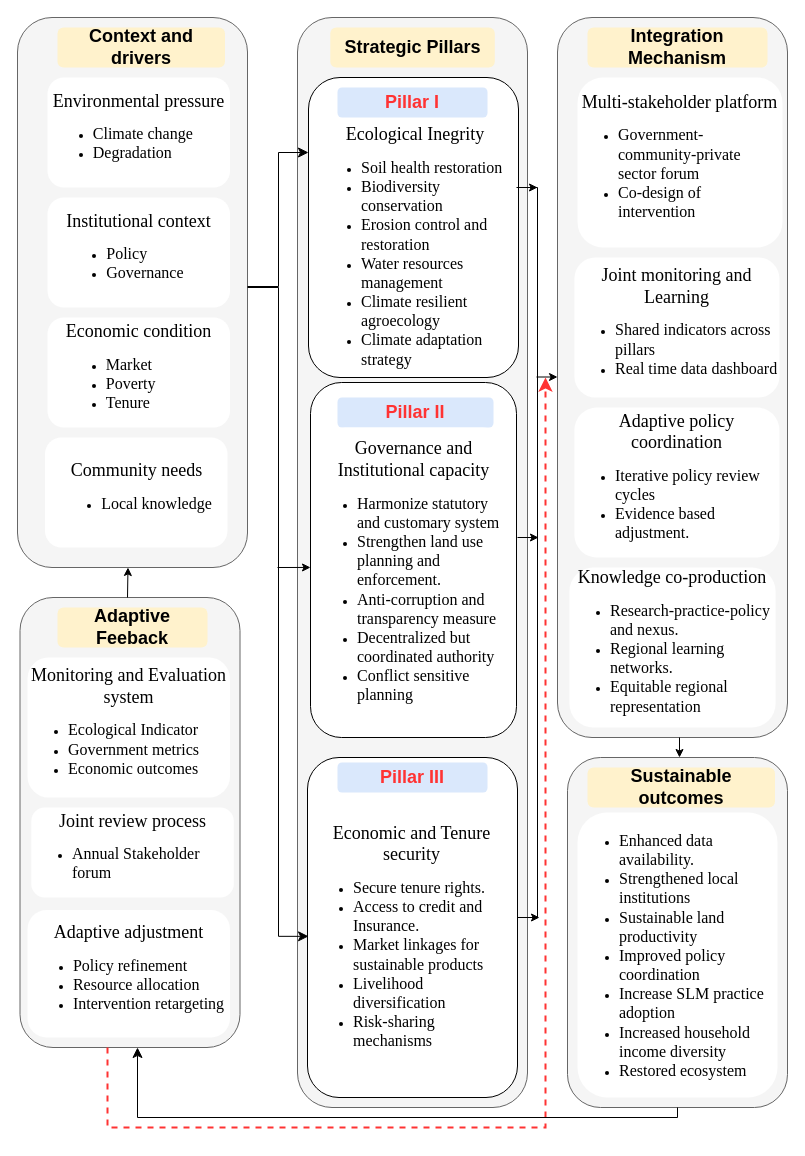
Above: comprehensiveflow.drawio in yemioke/PRISMA2020 (draw.io), before the change. Source tidied: cells renumbered, new cells numbered last; positions are measured from the earlier drawing's top-left corner, leaving out a move shared by most shapes. Both pictures are drawn from the tidied source at 100%, with x=0, y=0 at pixel (17, 17).
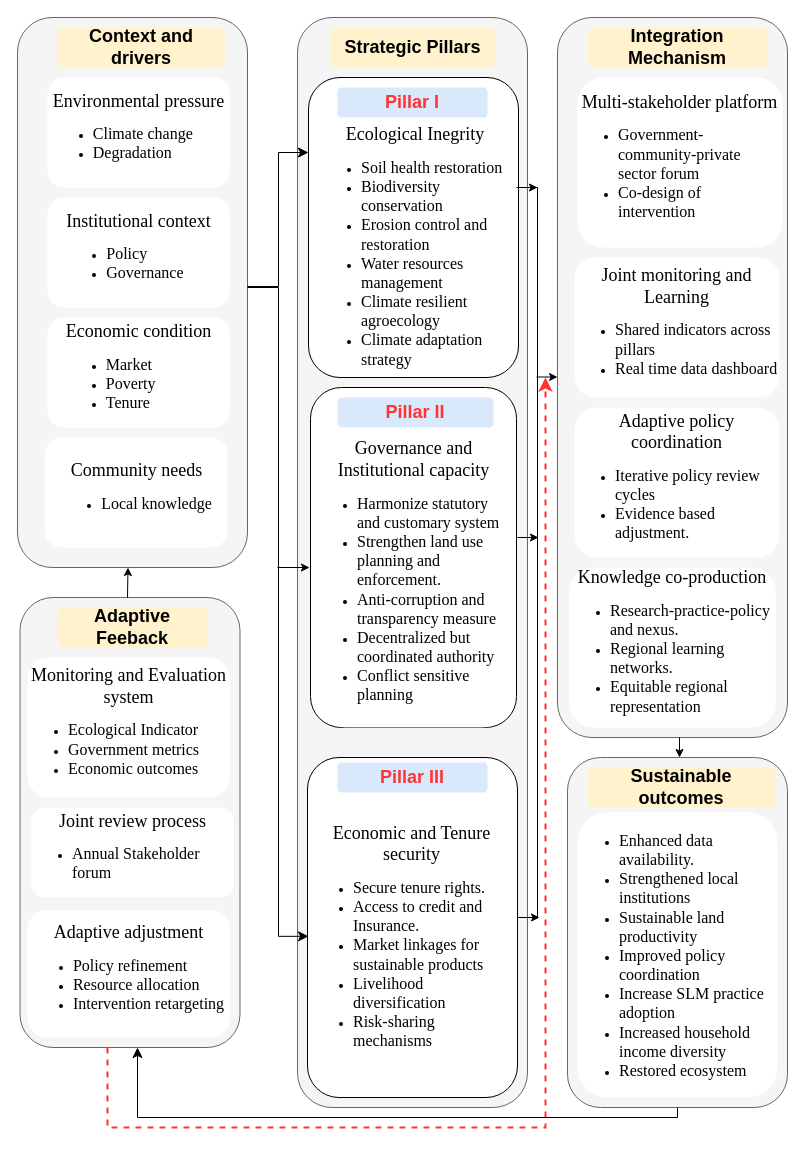
The same page after the edit.

Diff of the diagram source:
```diff
@@
     <mxCell id="9" value="&lt;br&gt;&lt;div&gt;&lt;div&gt;&lt;div&gt;&lt;div&gt;&lt;br&gt;&lt;/div&gt;&lt;/div&gt;&lt;/div&gt;&lt;/div&gt;" style="rounded=1;whiteSpace=wrap;html=1;" parent="1" vertex="1">
-      <mxGeometry x="293" y="365" width="206" height="355" as="geometry" />
+      <mxGeometry x="293" y="370" width="206" height="340" as="geometry" />
     </mxCell>
@@
-    <mxCell id="35" style="endArrow=classic;html=1;rounded=0;entryX=0;entryY=0.521;entryDx=0;entryDy=0;entryPerimeter=0;" parent="1" edge="1" target="9">
+    <mxCell id="35" style="endArrow=classic;html=1;rounded=0;" parent="1" edge="1">
       <mxGeometry relative="1" as="geometry">
         <mxPoint x="260" y="550" as="sourcePoint" />
+        <mxPoint x="292" y="550" as="targetPoint" />
       </mxGeometry>
     </mxCell>
```
